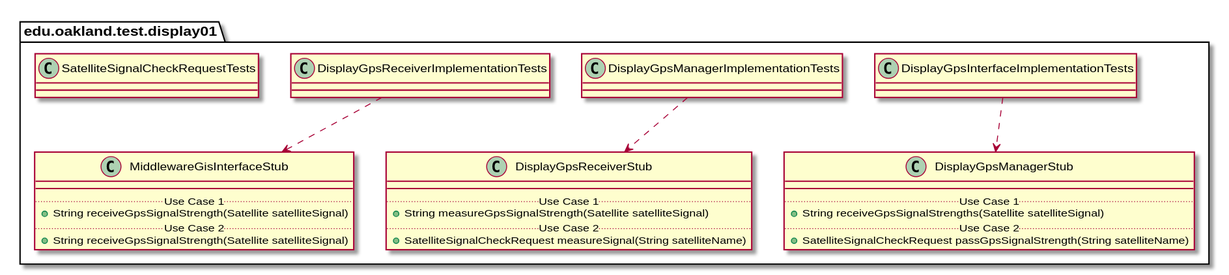
Before: docs/uml-class-diagrams/display01/test/Display01TestPackage_InternalDependencies.svg, a diagram exported from PlantUML (andrewdimmer/csi-3370-software-project).
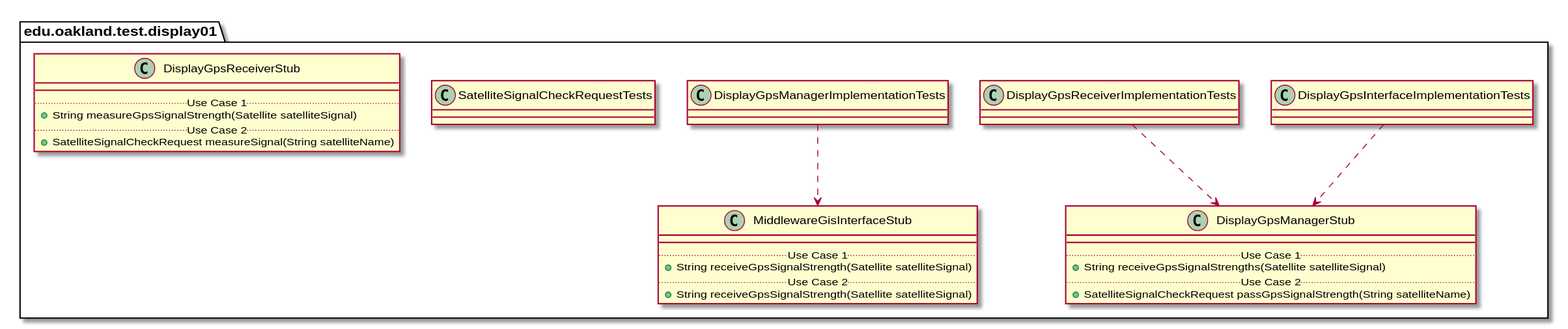
After the change.

What changed in the source:
```diff
@@ -26,27 +26,16 @@
 DisplayGpsInterfaceImplementationTests ..> DisplayGpsManagerStub
 
 package edu.oakland.test.display01 {
-    class DisplayGpsManagerImplementationTests {
+    class DisplayGpsReceiverImplementationTests {
 
     }
 }
 
 
+DisplayGpsReceiverImplementationTests ..> DisplayGpsManagerStub
 
 package edu.oakland.test.display01 {
-    class DisplayGpsReceiverStub {
-        __
-        .. Use Case 1 ..
-        + String measureGpsSignalStrength(Satellite satelliteSignal)
-        .. Use Case 2 ..
-        + SatelliteSignalCheckRequest measureSignal(String satelliteName)
-    }
-}
-
-DisplayGpsManagerImplementationTests ..> DisplayGpsReceiverStub
-
-package edu.oakland.test.display01 {
-    class DisplayGpsReceiverImplementationTests {
+    class DisplayGpsManagerImplementationTests {
 
     }
 }
@@ -63,7 +52,7 @@
     }
 }
 
-DisplayGpsReceiverImplementationTests ..> MiddlewareGisInterfaceStub
+DisplayGpsManagerImplementationTests ..> MiddlewareGisInterfaceStub
 
 package edu.oakland.test.display01 {
     class SatelliteSignalCheckRequestTests {
@@ -72,4 +61,15 @@
 }
 
 
+package edu.oakland.test.display01 {
+    class DisplayGpsReceiverStub {
+        __
+        .. Use Case 1 ..
+        + String measureGpsSignalStrength(Satellite satelliteSignal)
+        .. Use Case 2 ..
+        + SatelliteSignalCheckRequest measureSignal(String satelliteName)
+    }
+}
+
+
 @enduml
```
